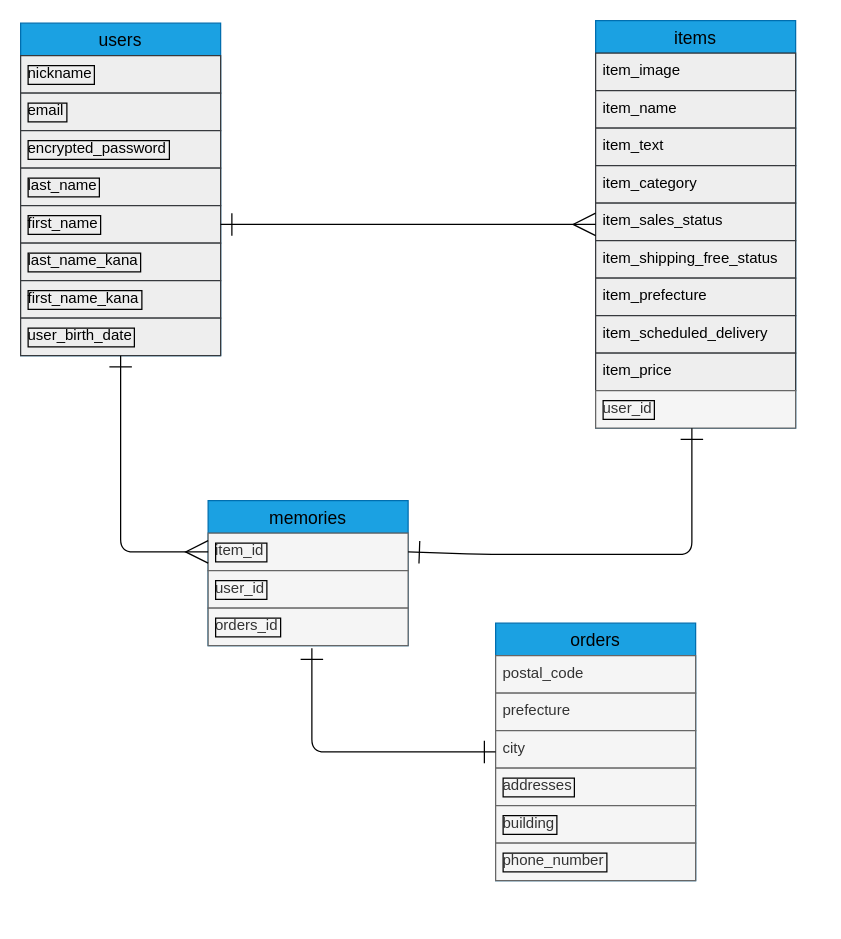
The draw.io diagram furimaDB.dio in nakk-ramy/furima-38146, before the edit. Source tidied: cells renumbered, new cells numbered last; positions are measured from the earlier drawing's top-left corner, leaving out a move shared by most shapes. Both pictures are drawn from the tidied source at 125%, with x=0, y=0 at pixel (20, 20).
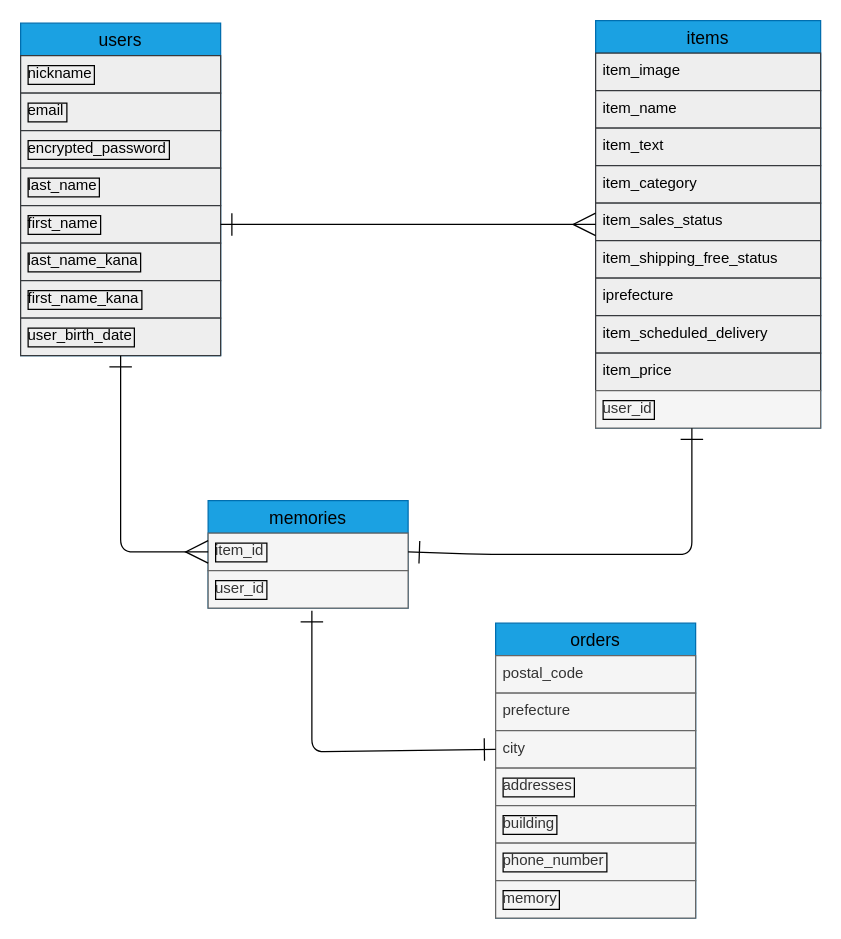
The same page after the edit.

Unchanged cells that the change refers to:
```xml
<mxCell id="26" value="city" style="text;strokeColor=#666666;fillColor=#f5f5f5;spacingLeft=4;spacingRight=4;overflow=hidden;points=[[0,0.5],[1,0.5]];portConstraint=eastwest;fontSize=12;fontColor=#333333;" parent="23" vertex="1">
  <mxGeometry y="86" width="160" height="30" as="geometry" />
</mxCell>
```

The edit, as a diff of the source:
```diff
@@
     <mxCell id="11" value="items" style="swimlane;fontStyle=0;horizontal=1;startSize=26;align=center;fontSize=14;fillColor=#1ba1e2;fontColor=#000000;strokeColor=#006EAF;" parent="1" vertex="1">
-      <mxGeometry x="460" width="160" height="326" as="geometry" />
+      <mxGeometry x="460" width="180" height="326" as="geometry" />
     </mxCell>
     <mxCell id="12" value="item_image" style="text;strokeColor=#36393d;fillColor=#eeeeee;spacingLeft=4;spacingRight=4;overflow=hidden;fontSize=12;fontColor=#000000;" parent="11" vertex="1">
-      <mxGeometry y="26" width="160" height="30" as="geometry" />
+      <mxGeometry y="26" width="180" height="30" as="geometry" />
     </mxCell>
     <mxCell id="13" value="item_name" style="text;strokeColor=#36393d;fillColor=#eeeeee;spacingLeft=4;spacingRight=4;overflow=hidden;fontSize=12;fontColor=#000000;" parent="11" vertex="1">
-      <mxGeometry y="56" width="160" height="30" as="geometry" />
+      <mxGeometry y="56" width="180" height="30" as="geometry" />
     </mxCell>
     <mxCell id="14" value="item_text" style="text;strokeColor=#36393d;fillColor=#eeeeee;spacingLeft=4;spacingRight=4;overflow=hidden;fontSize=12;fontColor=#000000;" parent="11" vertex="1">
-      <mxGeometry y="86" width="160" height="30" as="geometry" />
+      <mxGeometry y="86" width="180" height="30" as="geometry" />
     </mxCell>
     <mxCell id="15" value="item_category" style="text;strokeColor=#36393d;fillColor=#eeeeee;spacingLeft=4;spacingRight=4;overflow=hidden;fontSize=12;fontColor=#000000;" parent="11" vertex="1">
-      <mxGeometry y="116" width="160" height="30" as="geometry" />
+      <mxGeometry y="116" width="180" height="30" as="geometry" />
     </mxCell>
     <mxCell id="16" value="item_sales_status" style="text;strokeColor=#36393d;fillColor=#eeeeee;spacingLeft=4;spacingRight=4;overflow=hidden;fontSize=12;fontColor=#000000;" parent="11" vertex="1">
-      <mxGeometry y="146" width="160" height="30" as="geometry" />
+      <mxGeometry y="146" width="180" height="30" as="geometry" />
     </mxCell>
     <mxCell id="17" value="item_shipping_free_status" style="text;strokeColor=#36393d;fillColor=#eeeeee;spacingLeft=4;spacingRight=4;overflow=hidden;fontSize=12;fontColor=#000000;" parent="11" vertex="1">
-      <mxGeometry y="176" width="160" height="30" as="geometry" />
+      <mxGeometry y="176" width="180" height="30" as="geometry" />
     </mxCell>
-    <mxCell id="18" value="item_prefecture" style="text;strokeColor=#36393d;fillColor=#eeeeee;spacingLeft=4;spacingRight=4;overflow=hidden;fontSize=12;fontColor=#000000;" parent="11" vertex="1">
-      <mxGeometry y="206" width="160" height="30" as="geometry" />
+    <mxCell id="18" value="iprefecture" style="text;strokeColor=#36393d;fillColor=#eeeeee;spacingLeft=4;spacingRight=4;overflow=hidden;fontSize=12;fontColor=#000000;" parent="11" vertex="1">
+      <mxGeometry y="206" width="180" height="30" as="geometry" />
     </mxCell>
     <mxCell id="19" value="item_scheduled_delivery" style="text;strokeColor=#36393d;fillColor=#eeeeee;spacingLeft=4;spacingRight=4;overflow=hidden;fontSize=12;fontColor=#000000;" parent="11" vertex="1">
-      <mxGeometry y="236" width="160" height="30" as="geometry" />
+      <mxGeometry y="236" width="180" height="30" as="geometry" />
     </mxCell>
     <mxCell id="20" value="item_price" style="text;strokeColor=#36393d;fillColor=#eeeeee;spacingLeft=4;spacingRight=4;overflow=hidden;fontSize=12;fontColor=#000000;" parent="11" vertex="1">
-      <mxGeometry y="266" width="160" height="30" as="geometry" />
+      <mxGeometry y="266" width="180" height="30" as="geometry" />
     </mxCell>
     <mxCell id="21" value="user_id" style="text;strokeColor=#666666;fillColor=#f5f5f5;spacingLeft=4;spacingRight=4;overflow=hidden;fontSize=12;labelBorderColor=default;fontColor=#333333;" parent="11" vertex="1">
-      <mxGeometry y="296" width="160" height="30" as="geometry" />
+      <mxGeometry y="296" width="180" height="30" as="geometry" />
     </mxCell>
@@
     <mxCell id="23" value="orders" style="swimlane;fontStyle=0;horizontal=1;startSize=26;align=center;fontSize=14;fillColor=#1ba1e2;strokeColor=#006EAF;fontColor=#000000;" parent="1" vertex="1">
-      <mxGeometry x="380" y="482" width="160" height="206" as="geometry" />
+      <mxGeometry x="380" y="482" width="160" height="236" as="geometry" />
     </mxCell>
@@
+    <mxCell id="37" value="memory" style="text;strokeColor=#666666;fillColor=#f5f5f5;spacingLeft=4;spacingRight=4;overflow=hidden;fontSize=12;labelBorderColor=default;fontColor=#333333;" parent="23" vertex="1">
+      <mxGeometry y="206" width="160" height="30" as="geometry" />
+    </mxCell>
     <mxCell id="30" value="memories" style="swimlane;fontStyle=0;horizontal=1;startSize=26;align=center;fontSize=14;labelBorderColor=none;fillColor=#1ba1e2;strokeColor=#006EAF;fontColor=#000000;" parent="1" vertex="1">
-      <mxGeometry x="150" y="384" width="160" height="116" as="geometry" />
+      <mxGeometry x="150" y="384" width="160" height="86" as="geometry" />
     </mxCell>
@@
-    <mxCell id="33" value="orders_id" style="text;strokeColor=#666666;fillColor=#f5f5f5;spacingLeft=4;spacingRight=4;overflow=hidden;fontSize=12;labelBorderColor=default;fontColor=#333333;" parent="30" vertex="1">
-      <mxGeometry y="86" width="160" height="30" as="geometry" />
-    </mxCell>
@@
-    <mxCell id="36" style="edgeStyle=none;html=1;startArrow=ERone;startFill=0;endArrow=ERone;endFill=0;strokeWidth=1;endSize=16;startSize=16;entryX=0;entryY=0.5;entryDx=0;entryDy=0;" parent="1" edge="1" target="23">
+    <mxCell id="36" style="edgeStyle=none;html=1;startArrow=ERone;startFill=0;endArrow=ERone;endFill=0;strokeWidth=1;endSize=16;startSize=16;entryX=0;entryY=0.5;entryDx=0;entryDy=0;" parent="1" edge="1" target="26">
       <mxGeometry relative="1" as="geometry">
-        <mxPoint x="233" y="502" as="sourcePoint" />
+        <mxPoint x="233" y="472" as="sourcePoint" />
         <Array as="points">
           <mxPoint x="233" y="585" />
         </Array>
       </mxGeometry>
     </mxCell>
```
